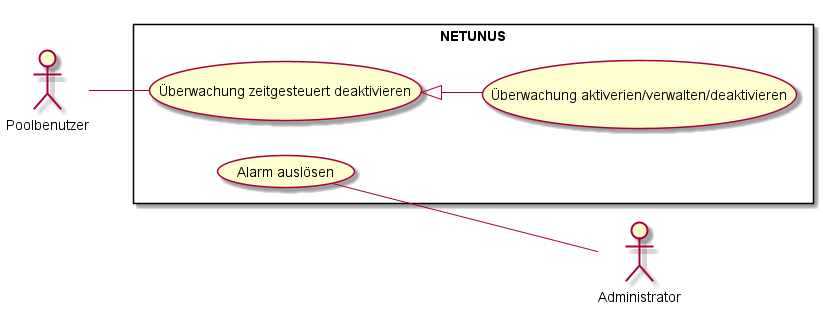
The PlantUML diagram Assets/use_case_diagram.png in KonstantinFrank01/safer-pool, before a commit.
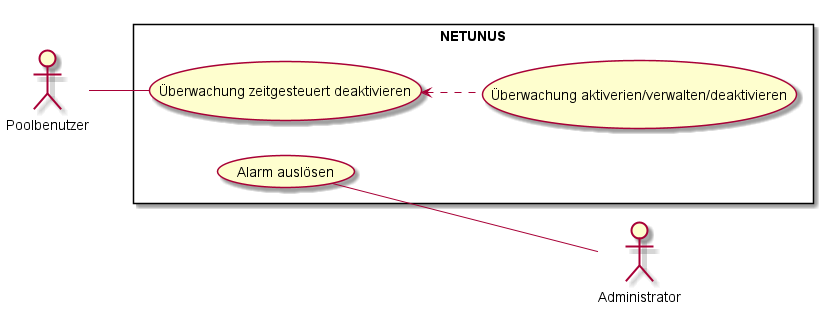
After the change.

Diff of the diagram source:
```diff
@@ -4,7 +4,7 @@
 actor Administrator
 rectangle NETUNUS {
     Poolbenutzer -- (Überwachung zeitgesteuert deaktivieren)
-    (Überwachung zeitgesteuert deaktivieren) <|-- (Überwachung aktiverien/verwalten/deaktivieren)
+    (Überwachung zeitgesteuert deaktivieren) <.. (Überwachung aktiverien/verwalten/deaktivieren)
     (Alarm auslösen) -- Administrator
 }
 @enduml
```
